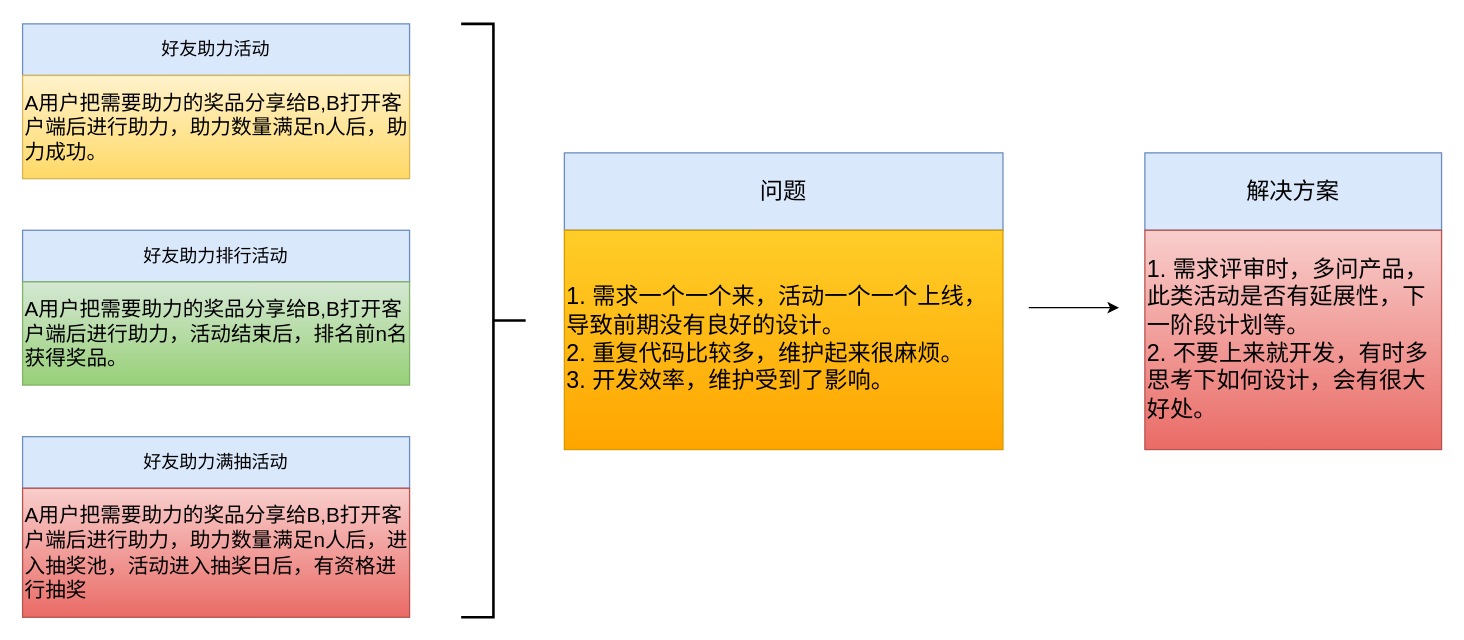
SaturnRings/draw keeps this draw.io diagram as 助力活动带来的思考.drawio. Above is the earlier version. Source tidied: cells renumbered, new cells numbered last; positions are measured from the earlier drawing's top-left corner, leaving out a move shared by most shapes. Both pictures are drawn from the tidied source at 129%, with x=0, y=0 at pixel (22, 23).
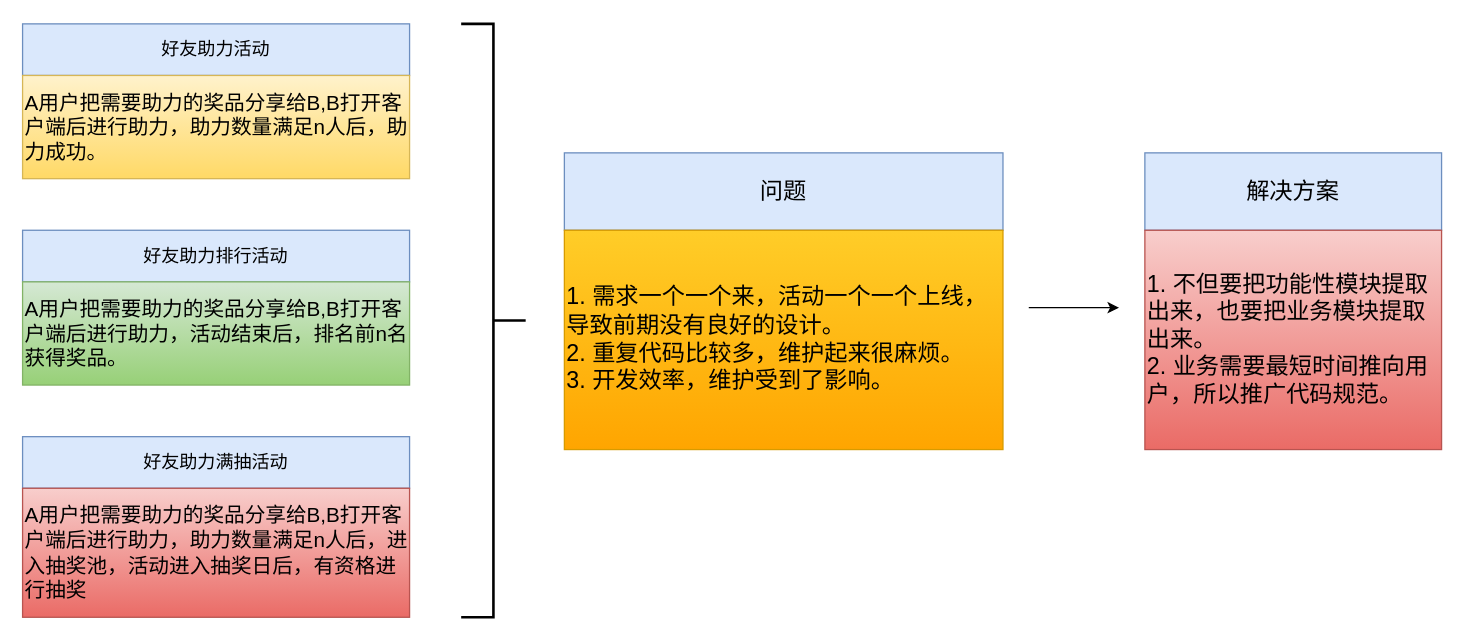
Above is the later version.

Commit message:
Update 助力活动带来的思考.drawio

Diff of the diagram source:
```diff
@@
 <mxGraphModel>
   <root>
     <mxCell id="0" />
     <mxCell id="1" parent="0" />
     <mxCell id="2" value="&lt;font style=&quot;font-size: 14px&quot;&gt;好友助力活动&lt;/font&gt;" style="rounded=0;whiteSpace=wrap;html=1;fillColor=#dae8fc;strokeColor=#6c8ebf;" parent="1" vertex="1">
       <mxGeometry width="300" height="40" as="geometry" />
     </mxCell>
     <mxCell id="3" value="&lt;font size=&quot;3&quot;&gt;A用户把需要助力的奖品分享给B,B打开客户端后进行助力，助力数量满足n人后，助力成功。&lt;/font&gt;" style="rounded=0;whiteSpace=wrap;html=1;align=left;gradientColor=#ffd966;fillColor=#fff2cc;strokeColor=#d6b656;" parent="1" vertex="1">
       <mxGeometry y="40" width="300" height="80" as="geometry" />
     </mxCell>
     <mxCell id="4" value="&lt;font style=&quot;font-size: 14px&quot;&gt;好友助力排行活动&lt;/font&gt;" style="rounded=0;whiteSpace=wrap;html=1;fillColor=#dae8fc;strokeColor=#6c8ebf;" parent="1" vertex="1">
       <mxGeometry y="160" width="300" height="40" as="geometry" />
     </mxCell>
     <mxCell id="5" value="&lt;font size=&quot;3&quot;&gt;A用户把需要助力的奖品分享给B,B打开客户端后进行助力，活动结束后，排名前n名获得奖品。&lt;/font&gt;" style="rounded=0;whiteSpace=wrap;html=1;align=left;fillColor=#d5e8d4;strokeColor=#82b366;gradientColor=#97d077;" parent="1" vertex="1">
       <mxGeometry y="200" width="300" height="80" as="geometry" />
     </mxCell>
     <mxCell id="6" value="&lt;font style=&quot;font-size: 14px&quot;&gt;好友助力满抽活动&lt;/font&gt;" style="rounded=0;whiteSpace=wrap;html=1;fillColor=#dae8fc;strokeColor=#6c8ebf;" parent="1" vertex="1">
       <mxGeometry y="320" width="300" height="40" as="geometry" />
     </mxCell>
     <mxCell id="7" value="&lt;font size=&quot;3&quot;&gt;A用户把需要助力的奖品分享给B,B打开客户端后进行助力，助力数量满足n人后，进入抽奖池，活动进入抽奖日后，有资格进行抽奖&lt;/font&gt;" style="rounded=0;whiteSpace=wrap;html=1;align=left;gradientColor=#ea6b66;fillColor=#f8cecc;strokeColor=#b85450;" parent="1" vertex="1">
       <mxGeometry y="360" width="300" height="100" as="geometry" />
     </mxCell>
     <mxCell id="8" style="strokeWidth=2;html=1;shape=mxgraph.flowchart.annotation_2;align=left;direction=west;" parent="1" vertex="1">
       <mxGeometry x="340" width="50" height="460" as="geometry" />
     </mxCell>
     <mxCell id="9" value="&lt;font style=&quot;font-size: 18px&quot;&gt;问题&lt;/font&gt;" style="rounded=0;whiteSpace=wrap;html=1;fillColor=#dae8fc;strokeColor=#6c8ebf;" parent="1" vertex="1">
       <mxGeometry x="420" y="100" width="340" height="60" as="geometry" />
     </mxCell>
     <mxCell id="10" value="&lt;font style=&quot;font-size: 18px&quot;&gt;1. 需求一个一个来，活动一个一个上线，导致前期没有良好的设计。&lt;br&gt;2. 重复代码比较多，维护起来很麻烦。&lt;br&gt;3. 开发效率，维护受到了影响。&lt;/font&gt;" style="rounded=0;whiteSpace=wrap;html=1;align=left;gradientColor=#ffa500;fillColor=#ffcd28;strokeColor=#d79b00;" parent="1" vertex="1">
       <mxGeometry x="420" y="160" width="340" height="170" as="geometry" />
     </mxCell>
     <mxCell id="11" style="endArrow=classic;html=1;" parent="1" edge="1">
       <mxGeometry relative="1" as="geometry">
         <mxPoint x="780" y="220" as="sourcePoint" />
         <mxPoint x="850" y="220" as="targetPoint" />
       </mxGeometry>
     </mxCell>
     <mxCell id="12" value="&lt;font style=&quot;font-size: 18px&quot;&gt;解决方案&lt;/font&gt;" style="rounded=0;whiteSpace=wrap;html=1;fillColor=#dae8fc;strokeColor=#6c8ebf;" parent="1" vertex="1">
       <mxGeometry x="870" y="100" width="230" height="60" as="geometry" />
     </mxCell>
-    <mxCell id="13" value="&lt;font style=&quot;font-size: 18px&quot;&gt;1. 需求评审时，多问产品，此类活动是否有延展性，下一阶段计划等。&lt;br&gt;2. 不要上来就开发，有时多思考下如何设计，会有很大好处。&lt;/font&gt;" style="rounded=0;whiteSpace=wrap;html=1;align=left;gradientColor=#ea6b66;fillColor=#f8cecc;strokeColor=#b85450;" parent="1" vertex="1">
+    <mxCell id="13" value="&lt;span style=&quot;font-size: 18px&quot;&gt;1. 不但要把功能性模块提取出来，也要把业务模块提取出来。&lt;br&gt;2. 业务需要最短时间推向用户，所以推广代码规范。&lt;/span&gt;" style="rounded=0;whiteSpace=wrap;html=1;align=left;gradientColor=#ea6b66;fillColor=#f8cecc;strokeColor=#b85450;" parent="1" vertex="1">
       <mxGeometry x="870" y="160" width="230" height="170" as="geometry" />
     </mxCell>
   </root>
 </mxGraphModel>
```
